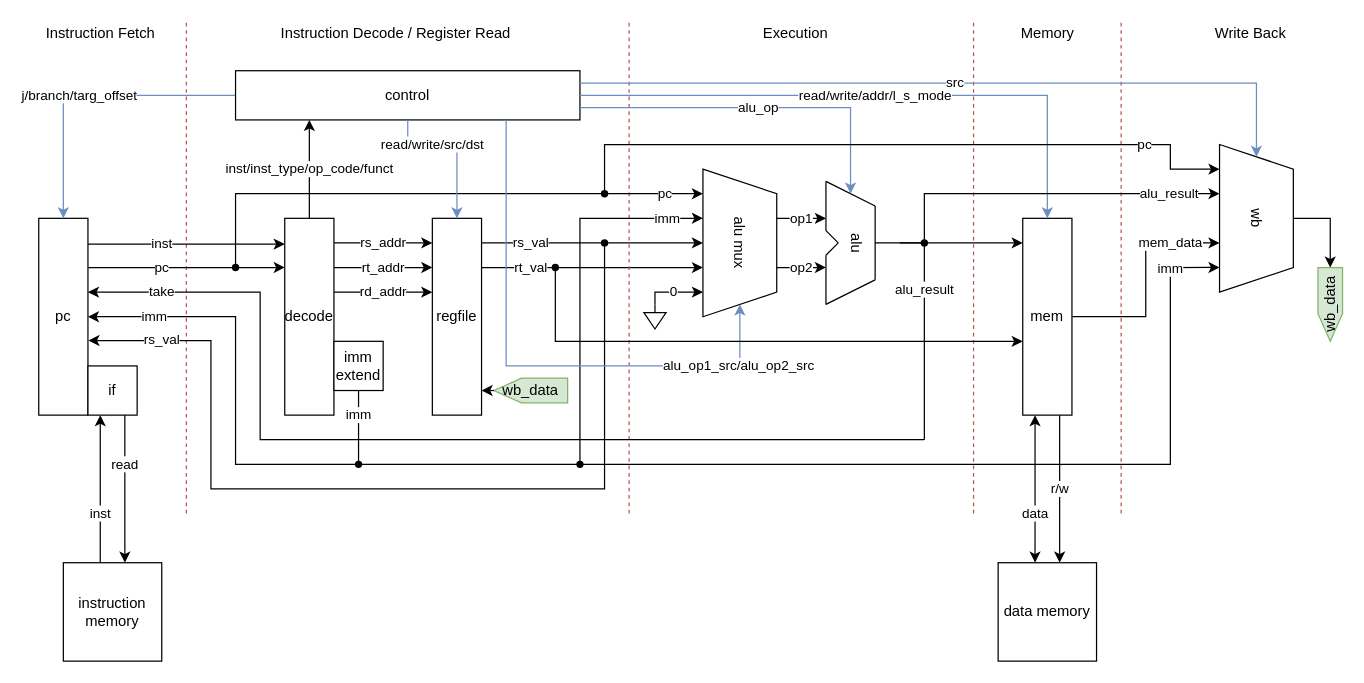
Earlier version of the draw.io diagram assets/SingleCycleDataPath.drawio (junyang-zh/HeliumCPUv2-MIPS32). Source tidied: cells renumbered, new cells numbered last; positions are measured from the earlier drawing's top-left corner, leaving out a move shared by most shapes. Both pictures are drawn from the tidied source at 123%, with x=0, y=0 at pixel (38, 21).
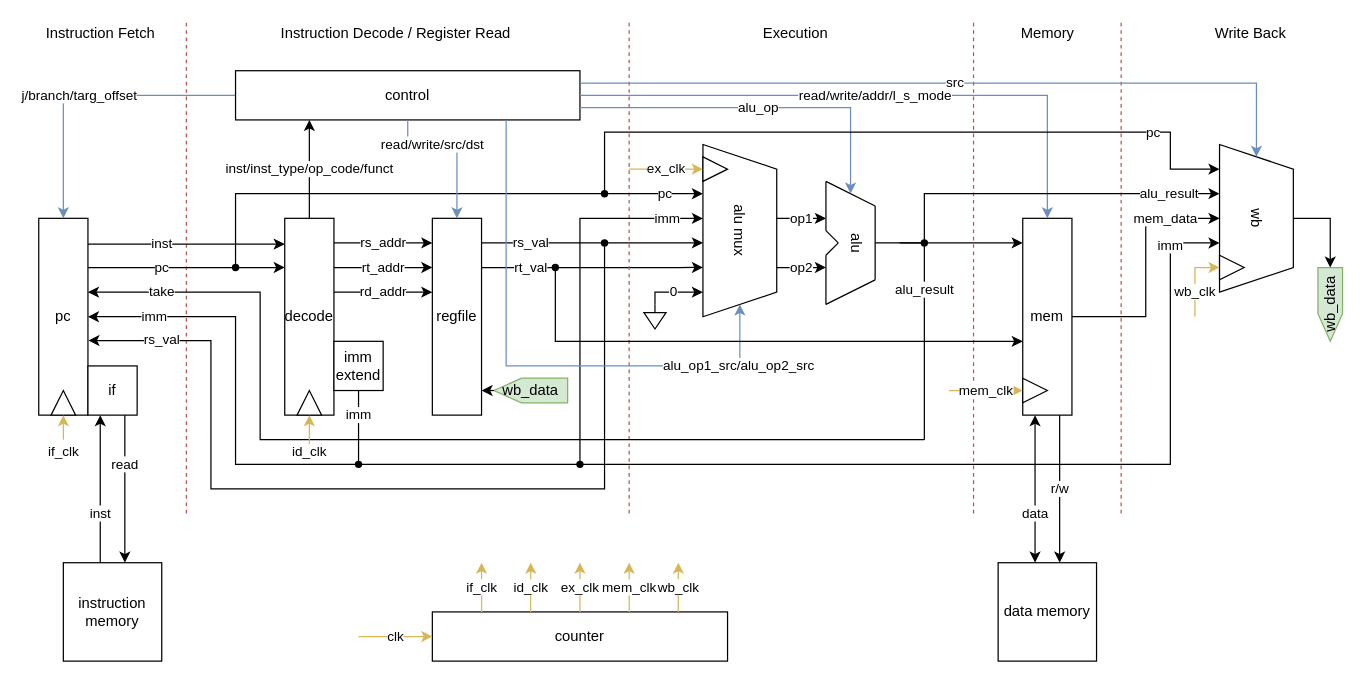
After the change.

Commit message (it also covers changes not shown here):
fig add counter

The change refers to these unchanged cells:
```xml
<mxCell id="31" style="verticalLabelPosition=bottom;shadow=0;dashed=0;align=center;html=1;verticalAlign=top;shape=mxgraph.electrical.signal_sources.signal_ground;" parent="1" vertex="1">
  <mxGeometry x="492" y="230" width="18" height="20" as="geometry" />
</mxCell>
<mxCell id="48" value="mem" style="whiteSpace=wrap;html=1;" parent="1" vertex="1">
  <mxGeometry x="800" y="160" width="40" height="160" as="geometry" />
</mxCell>
<mxCell id="59" value="wb" style="shape=trapezoid;perimeter=trapezoidPerimeter;whiteSpace=wrap;html=1;fixedSize=1;rotation=90;" parent="1" vertex="1">
  <mxGeometry x="930" y="130" width="120" height="60" as="geometry" />
</mxCell>
```

Diff of the diagram source:
```diff
@@
-    <mxCell id="22" value="rs_val" style="edgeStyle=elbowEdgeStyle;elbow=horizontal;endArrow=classic;html=1;rounded=0;entryX=0.5;entryY=1;entryDx=0;entryDy=0;" parent="1" edge="1" target="28">
+    <mxCell id="22" value="rs_val" style="edgeStyle=elbowEdgeStyle;elbow=horizontal;endArrow=classic;html=1;rounded=0;entryX=0.571;entryY=1;entryDx=0;entryDy=0;entryPerimeter=0;" parent="1" edge="1" target="28">
       <mxGeometry x="-0.56" relative="1" as="geometry">
         <mxPoint x="360" y="180" as="sourcePoint" />
+        <Array as="points">
+          <mxPoint x="510" y="180" />
+        </Array>
       </mxGeometry>
     </mxCell>
-    <mxCell id="23" value="rt_val" style="edgeStyle=elbowEdgeStyle;elbow=horizontal;endArrow=classic;html=1;rounded=0;entryX=0.667;entryY=1;entryDx=0;entryDy=0;entryPerimeter=0;" parent="1" edge="1" target="28">
+    <mxCell id="23" value="rt_val" style="edgeStyle=elbowEdgeStyle;elbow=horizontal;endArrow=classic;html=1;rounded=0;entryX=0.714;entryY=1;entryDx=0;entryDy=0;entryPerimeter=0;" parent="1" edge="1" target="28">
       <mxGeometry x="-0.56" relative="1" as="geometry">
         <mxPoint x="360" y="200" as="sourcePoint" />
+        <Array as="points">
+          <mxPoint x="520" y="200" />
+          <mxPoint x="500" y="200" />
+        </Array>
       </mxGeometry>
     </mxCell>
@@
-    <mxCell id="26" value="pc" style="edgeStyle=elbowEdgeStyle;elbow=vertical;endArrow=classic;html=1;rounded=0;entryX=0.167;entryY=1;entryDx=0;entryDy=0;entryPerimeter=0;" parent="1" edge="1" target="28">
+    <mxCell id="26" value="pc" style="edgeStyle=elbowEdgeStyle;elbow=vertical;endArrow=classic;html=1;rounded=0;" parent="1" edge="1">
       <mxGeometry x="0.86" relative="1" as="geometry">
         <mxPoint x="160" y="200" as="sourcePoint" />
+        <mxPoint x="540" y="140" as="targetPoint" />
         <Array as="points">
           <mxPoint x="190" y="140" />
         </Array>
       </mxGeometry>
     </mxCell>
@@
     <mxCell id="28" value="alu mux" style="shape=trapezoid;perimeter=trapezoidPerimeter;whiteSpace=wrap;html=1;fixedSize=1;rotation=90;" parent="1" vertex="1">
-      <mxGeometry x="510" y="150" width="120" height="60" as="geometry" />
+      <mxGeometry x="500" y="140" width="140" height="60" as="geometry" />
     </mxCell>
-    <mxCell id="29" value="imm" style="edgeStyle=elbowEdgeStyle;elbow=horizontal;endArrow=classic;html=1;rounded=0;entryX=0.333;entryY=1;entryDx=0;entryDy=0;entryPerimeter=0;" parent="1" edge="1" target="28">
+    <mxCell id="29" value="imm" style="edgeStyle=elbowEdgeStyle;elbow=horizontal;endArrow=classic;html=1;rounded=0;entryX=0.429;entryY=1;entryDx=0;entryDy=0;entryPerimeter=0;" parent="1" edge="1" target="28">
       <mxGeometry x="0.88" relative="1" as="geometry">
         <mxPoint x="260" y="360" as="sourcePoint" />
         <Array as="points">
+          <mxPoint x="440" y="170" />
           <mxPoint x="440" y="260" />
           <mxPoint x="470" y="160" />
           <mxPoint x="460" y="300" />
         </Array>
       </mxGeometry>
     </mxCell>
@@
-    <mxCell id="32" value="0" style="edgeStyle=segmentEdgeStyle;endArrow=classic;html=1;rounded=0;exitX=0.5;exitY=0;exitDx=0;exitDy=0;exitPerimeter=0;entryX=0.833;entryY=1;entryDx=0;entryDy=0;entryPerimeter=0;" parent="1" edge="1" source="31" target="28">
+    <mxCell id="32" value="0" style="edgeStyle=segmentEdgeStyle;endArrow=classic;html=1;rounded=0;exitX=0.5;exitY=0;exitDx=0;exitDy=0;exitPerimeter=0;" parent="1" edge="1" source="31">
       <mxGeometry relative="1" as="geometry">
+        <mxPoint x="540" y="220" as="targetPoint" />
         <Array as="points">
           <mxPoint x="501" y="220" />
         </Array>
       </mxGeometry>
     </mxCell>
@@
     <mxCell id="60" value="pc" style="edgeStyle=segmentEdgeStyle;endArrow=classic;html=1;rounded=0;entryX=0.167;entryY=1;entryDx=0;entryDy=0;entryPerimeter=0;" parent="1" edge="1" target="59">
       <mxGeometry x="0.71" relative="1" as="geometry">
         <mxPoint x="460" y="140" as="sourcePoint" />
         <Array as="points">
-          <mxPoint x="460" y="100" />
-          <mxPoint x="920" y="100" />
+          <mxPoint x="460" y="90" />
+          <mxPoint x="920" y="90" />
           <mxPoint x="920" y="120" />
         </Array>
       </mxGeometry>
     </mxCell>
@@
-    <mxCell id="63" value="mem_data" style="endArrow=classic;html=1;rounded=0;exitX=1;exitY=0.5;exitDx=0;exitDy=0;" parent="1" edge="1" source="48">
+    <mxCell id="63" value="mem_data" style="endArrow=classic;html=1;rounded=0;exitX=1;exitY=0.5;exitDx=0;exitDy=0;entryX=0.5;entryY=1;entryDx=0;entryDy=0;" parent="1" edge="1" source="48" target="59">
       <mxGeometry x="0.56" relative="1" as="geometry">
-        <mxPoint x="960" y="180" as="targetPoint" />
         <Array as="points">
           <mxPoint x="900" y="240" />
-          <mxPoint x="900" y="180" />
+          <mxPoint x="900" y="160" />
         </Array>
       </mxGeometry>
     </mxCell>
-    <mxCell id="64" value="imm" style="endArrow=classic;html=1;rounded=0;entryX=0.833;entryY=1;entryDx=0;entryDy=0;entryPerimeter=0;" parent="1" edge="1" target="59">
+    <mxCell id="64" value="imm" style="endArrow=classic;html=1;rounded=0;entryX=0.667;entryY=1;entryDx=0;entryDy=0;entryPerimeter=0;" parent="1" edge="1" target="59">
       <mxGeometry x="0.88" relative="1" as="geometry">
         <mxPoint x="440" y="360" as="sourcePoint" />
         <Array as="points">
           <mxPoint x="920" y="360" />
-          <mxPoint x="920" y="200" />
+          <mxPoint x="920" y="180" />
         </Array>
       </mxGeometry>
     </mxCell>
@@
+    <mxCell id="76" value="counter" style="rounded=0;whiteSpace=wrap;html=1;" parent="1" vertex="1">
+      <mxGeometry x="320" y="480" width="240" height="40" as="geometry" />
+    </mxCell>
+    <mxCell id="77" value="clk" style="endArrow=classic;html=1;rounded=0;entryX=0;entryY=0.5;entryDx=0;entryDy=0;fillColor=#fff2cc;strokeColor=#d6b656;" parent="1" edge="1" target="76">
+      <mxGeometry relative="1" as="geometry">
+        <mxPoint x="260" y="500" as="sourcePoint" />
+      </mxGeometry>
+    </mxCell>
+    <mxCell id="78" value="if_clk" style="endArrow=classic;html=1;rounded=0;exitX=0.167;exitY=0;exitDx=0;exitDy=0;exitPerimeter=0;fillColor=#fff2cc;strokeColor=#d6b656;" parent="1" edge="1" source="76">
+      <mxGeometry relative="1" as="geometry">
+        <mxPoint x="360" y="440" as="targetPoint" />
+      </mxGeometry>
+    </mxCell>
+    <mxCell id="79" value="id_clk" style="endArrow=classic;html=1;rounded=0;exitX=0.333;exitY=0;exitDx=0;exitDy=0;exitPerimeter=0;fillColor=#fff2cc;strokeColor=#d6b656;" parent="1" edge="1" source="76">
+      <mxGeometry relative="1" as="geometry">
+        <mxPoint x="400" y="440" as="targetPoint" />
+      </mxGeometry>
+    </mxCell>
+    <mxCell id="80" value="ex_clk" style="endArrow=classic;html=1;rounded=0;exitX=0.5;exitY=0;exitDx=0;exitDy=0;fillColor=#fff2cc;strokeColor=#d6b656;" parent="1" edge="1" source="76">
+      <mxGeometry relative="1" as="geometry">
+        <mxPoint x="440" y="440" as="targetPoint" />
+      </mxGeometry>
+    </mxCell>
+    <mxCell id="81" value="mem_clk" style="endArrow=classic;html=1;rounded=0;exitX=0.667;exitY=0;exitDx=0;exitDy=0;exitPerimeter=0;fillColor=#fff2cc;strokeColor=#d6b656;" parent="1" edge="1" source="76">
+      <mxGeometry relative="1" as="geometry">
+        <mxPoint x="480" y="440" as="targetPoint" />
+      </mxGeometry>
+    </mxCell>
+    <mxCell id="82" value="wb_clk" style="endArrow=classic;html=1;rounded=0;exitX=0.833;exitY=0;exitDx=0;exitDy=0;exitPerimeter=0;fillColor=#fff2cc;strokeColor=#d6b656;" parent="1" edge="1" source="76">
+      <mxGeometry relative="1" as="geometry">
+        <mxPoint x="520" y="440" as="targetPoint" />
+      </mxGeometry>
+    </mxCell>
+    <mxCell id="83" style="triangle;whiteSpace=wrap;html=1;rotation=-90;" parent="1" vertex="1">
+      <mxGeometry x="10" y="300" width="20" height="20" as="geometry" />
+    </mxCell>
+    <mxCell id="84" style="triangle;whiteSpace=wrap;html=1;rotation=-90;" parent="1" vertex="1">
+      <mxGeometry x="210" y="300" width="20" height="20" as="geometry" />
+    </mxCell>
+    <mxCell id="85" style="triangle;whiteSpace=wrap;html=1;rotation=0;" parent="1" vertex="1">
+      <mxGeometry x="800" y="290" width="20" height="20" as="geometry" />
+    </mxCell>
+    <mxCell id="86" style="triangle;whiteSpace=wrap;html=1;rotation=0;" parent="1" vertex="1">
+      <mxGeometry x="540" y="110" width="20" height="20" as="geometry" />
+    </mxCell>
+    <mxCell id="87" value="if_clk" style="endArrow=classic;html=1;rounded=0;fillColor=#fff2cc;strokeColor=#d6b656;entryX=0;entryY=0.5;entryDx=0;entryDy=0;" parent="1" edge="1" target="83">
+      <mxGeometry x="-1" y="-10" relative="1" as="geometry">
+        <mxPoint x="20" y="340" as="sourcePoint" />
+        <mxPoint x="-10" y="10" as="offset" />
+      </mxGeometry>
+    </mxCell>
+    <mxCell id="88" style="triangle;whiteSpace=wrap;html=1;rotation=0;" parent="1" vertex="1">
+      <mxGeometry x="960" y="190" width="20" height="20" as="geometry" />
+    </mxCell>
+    <mxCell id="89" value="id_clk" style="endArrow=classic;html=1;rounded=0;fillColor=#fff2cc;strokeColor=#d6b656;entryX=0;entryY=0.5;entryDx=0;entryDy=0;" parent="1" edge="1" target="84">
+      <mxGeometry x="-1" relative="1" as="geometry">
+        <mxPoint x="220" y="350" as="sourcePoint" />
+      </mxGeometry>
+    </mxCell>
+    <mxCell id="90" value="ex_clk" style="endArrow=classic;html=1;rounded=0;fillColor=#fff2cc;strokeColor=#d6b656;entryX=0;entryY=0.5;entryDx=0;entryDy=0;" parent="1" edge="1" target="86">
+      <mxGeometry relative="1" as="geometry">
+        <mxPoint x="480" y="120" as="sourcePoint" />
+      </mxGeometry>
+    </mxCell>
+    <mxCell id="91" value="mem_clk" style="endArrow=classic;html=1;rounded=0;fillColor=#fff2cc;strokeColor=#d6b656;entryX=0;entryY=0.5;entryDx=0;entryDy=0;" parent="1" edge="1" target="85">
+      <mxGeometry relative="1" as="geometry">
+        <mxPoint x="740" y="300" as="sourcePoint" />
+      </mxGeometry>
+    </mxCell>
+    <mxCell id="92" value="wb_clk" style="endArrow=classic;html=1;rounded=0;fillColor=#fff2cc;strokeColor=#d6b656;entryX=0;entryY=0.5;entryDx=0;entryDy=0;" parent="1" edge="1" target="88">
+      <mxGeometry x="-0.33" relative="1" as="geometry">
+        <mxPoint x="940" y="240" as="sourcePoint" />
+        <Array as="points">
+          <mxPoint x="940" y="200" />
+        </Array>
+      </mxGeometry>
+    </mxCell>
```
